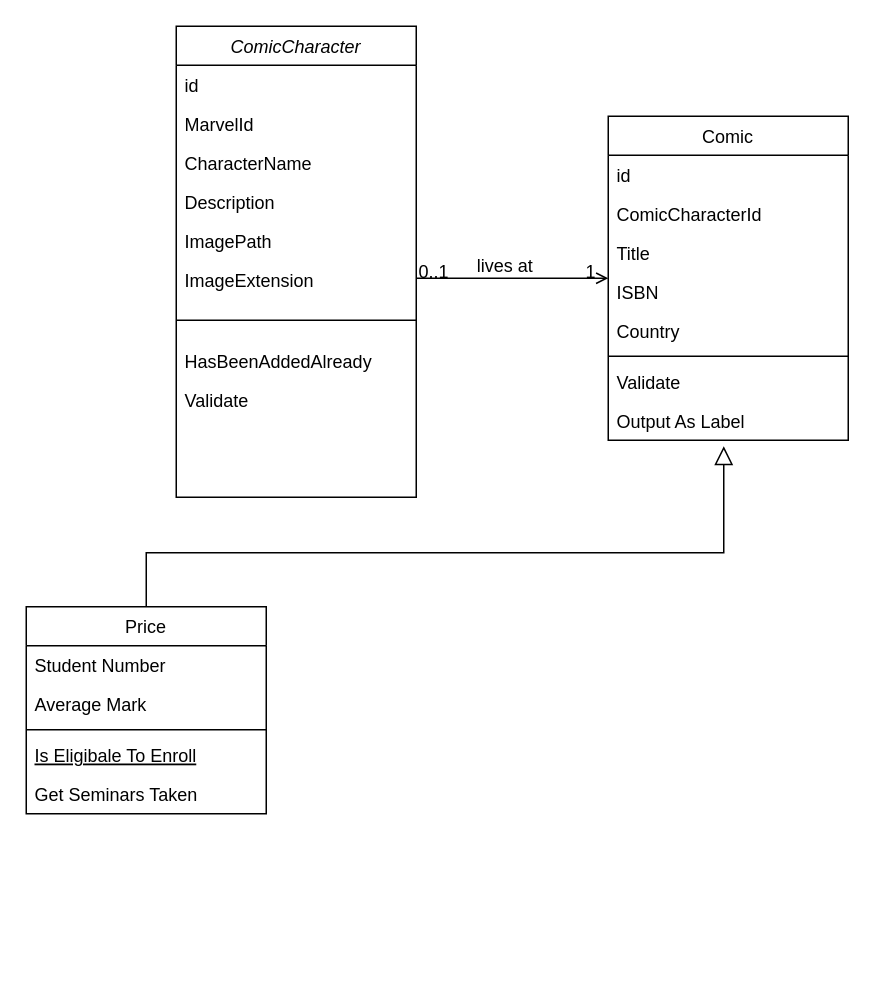
This is ComicDataFlow.drawio from mattwatts36/drawings, a draw.io file, before an edit. Source tidied: cells renumbered, new cells numbered last; positions are measured from the earlier drawing's top-left corner, leaving out a move shared by most shapes. Both pictures are drawn from the tidied source at 150%, with x=0, y=0 at pixel (26, 26).
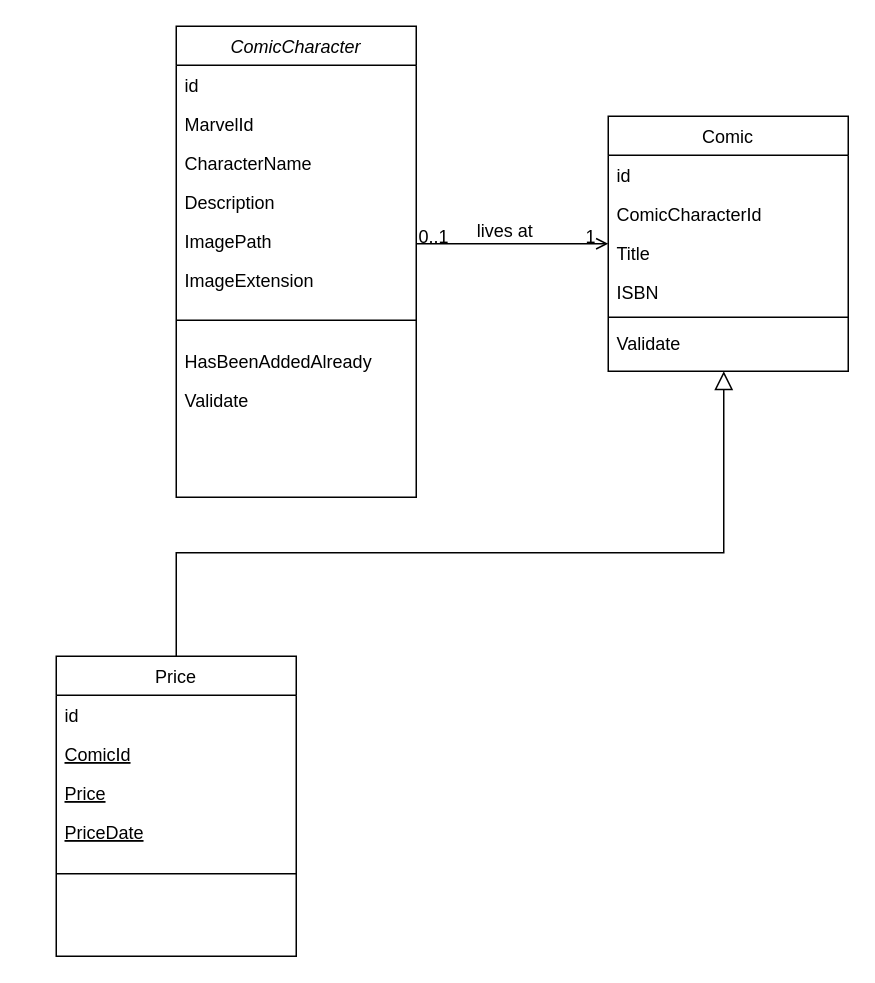
The same diagram, later.

Commit message:
cleaned up price date

Diff of the diagram source:
```diff
@@
     <mxCell id="12" value="Price" style="swimlane;fontStyle=0;align=center;verticalAlign=top;horizontal=1;startSize=26;rounded=0;shadow=0;strokeWidth=1;" parent="1" vertex="1">
-      <mxGeometry y="387" width="160" height="138" as="geometry" />
+      <mxGeometry x="20" y="420" width="160" height="200" as="geometry" />
     </mxCell>
-    <mxCell id="13" value="Student Number" style="text;align=left;verticalAlign=top;spacingLeft=4;spacingRight=4;overflow=hidden;" parent="12" vertex="1">
+    <mxCell id="13" value="id" style="text;align=left;verticalAlign=top;spacingLeft=4;spacingRight=4;overflow=hidden;" parent="12" vertex="1">
       <mxGeometry y="26" width="160" height="26" as="geometry" />
     </mxCell>
-    <mxCell id="14" value="Average Mark" style="text;align=left;verticalAlign=top;spacingLeft=4;spacingRight=4;overflow=hidden;rounded=0;shadow=0;html=0;" parent="12" vertex="1">
-      <mxGeometry y="52" width="160" height="26" as="geometry" />
-    </mxCell>
+    <mxCell id="32" value="ComicId" style="text;align=left;verticalAlign=top;spacingLeft=4;spacingRight=4;overflow=hidden;fontStyle=4;" parent="12" vertex="1">
+      <mxGeometry y="52" width="160" height="26" as="geometry" />
+    </mxCell>
+    <mxCell id="33" value="Price" style="text;align=left;verticalAlign=top;spacingLeft=4;spacingRight=4;overflow=hidden;fontStyle=4;" parent="12" vertex="1">
+      <mxGeometry y="78" width="160" height="26" as="geometry" />
+    </mxCell>
+    <mxCell id="34" value="PriceDate" style="text;align=left;verticalAlign=top;spacingLeft=4;spacingRight=4;overflow=hidden;fontStyle=4;" parent="12" vertex="1">
+      <mxGeometry y="104" width="160" height="26" as="geometry" />
+    </mxCell>
     <mxCell id="15" style="line;html=1;strokeWidth=1;align=left;verticalAlign=middle;spacingTop=-1;spacingLeft=3;spacingRight=3;labelPosition=right;" parent="12" vertex="1">
-      <mxGeometry y="78" width="160" height="8" as="geometry" />
+      <mxGeometry y="130" width="160" height="30" as="geometry" />
     </mxCell>
-    <mxCell id="16" value="Is Eligibale To Enroll" style="text;align=left;verticalAlign=top;spacingLeft=4;spacingRight=4;overflow=hidden;fontStyle=4;" parent="12" vertex="1">
-      <mxGeometry y="86" width="160" height="26" as="geometry" />
-    </mxCell>
-    <mxCell id="17" value="Get Seminars Taken" style="text;align=left;verticalAlign=top;spacingLeft=4;spacingRight=4;overflow=hidden;" parent="12" vertex="1">
-      <mxGeometry y="112" width="160" height="26" as="geometry" />
-    </mxCell>
     <mxCell id="18" style="endArrow=block;endSize=10;endFill=0;shadow=0;strokeWidth=1;rounded=0;edgeStyle=elbowEdgeStyle;elbow=vertical;" parent="1" edge="1" source="12">
       <mxGeometry relative="1" as="geometry">
-        <mxPoint x="465" y="280" as="targetPoint" />
+        <mxPoint x="465" y="230" as="targetPoint" />
         <Array as="points">
           <mxPoint x="300" y="351" />
         </Array>
       </mxGeometry>
     </mxCell>
     <mxCell id="19" value="Comic" style="swimlane;fontStyle=0;align=center;verticalAlign=top;horizontal=1;startSize=26;rounded=0;shadow=0;strokeWidth=1;" parent="1" vertex="1">
-      <mxGeometry x="388" y="60" width="160" height="216" as="geometry" />
+      <mxGeometry x="388" y="60" width="160" height="170" as="geometry" />
     </mxCell>
@@
-    <mxCell id="24" value="Country" style="text;align=left;verticalAlign=top;spacingLeft=4;spacingRight=4;overflow=hidden;rounded=0;shadow=0;html=0;" parent="19" vertex="1">
-      <mxGeometry y="130" width="160" height="26" as="geometry" />
-    </mxCell>
     <mxCell id="25" style="line;html=1;strokeWidth=1;align=left;verticalAlign=middle;spacingTop=-1;spacingLeft=3;spacingRight=3;labelPosition=right;" parent="19" vertex="1">
-      <mxGeometry y="156" width="160" height="8" as="geometry" />
+      <mxGeometry y="130" width="160" height="8" as="geometry" />
     </mxCell>
     <mxCell id="26" value="Validate" style="text;align=left;verticalAlign=top;spacingLeft=4;spacingRight=4;overflow=hidden;" parent="19" vertex="1">
-      <mxGeometry y="164" width="160" height="26" as="geometry" />
+      <mxGeometry y="138" width="160" height="26" as="geometry" />
     </mxCell>
-    <mxCell id="27" value="Output As Label" style="text;align=left;verticalAlign=top;spacingLeft=4;spacingRight=4;overflow=hidden;" parent="19" vertex="1">
-      <mxGeometry y="190" width="160" height="26" as="geometry" />
-    </mxCell>
```
